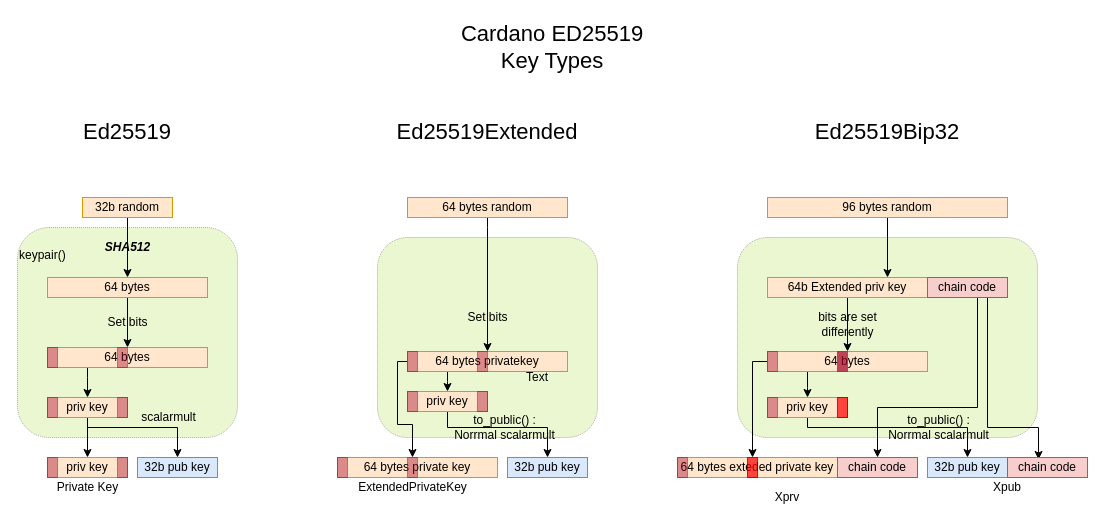
Above: diagrams/Ed25519 Types.drawio in ilap/ShelleyStuffs (draw.io), before the change. Source tidied: cells renumbered, new cells numbered last; positions are measured from the earlier drawing's top-left corner, leaving out a move shared by most shapes. Both pictures are drawn from the tidied source at 100%, with x=0, y=0 at pixel (17, 17).
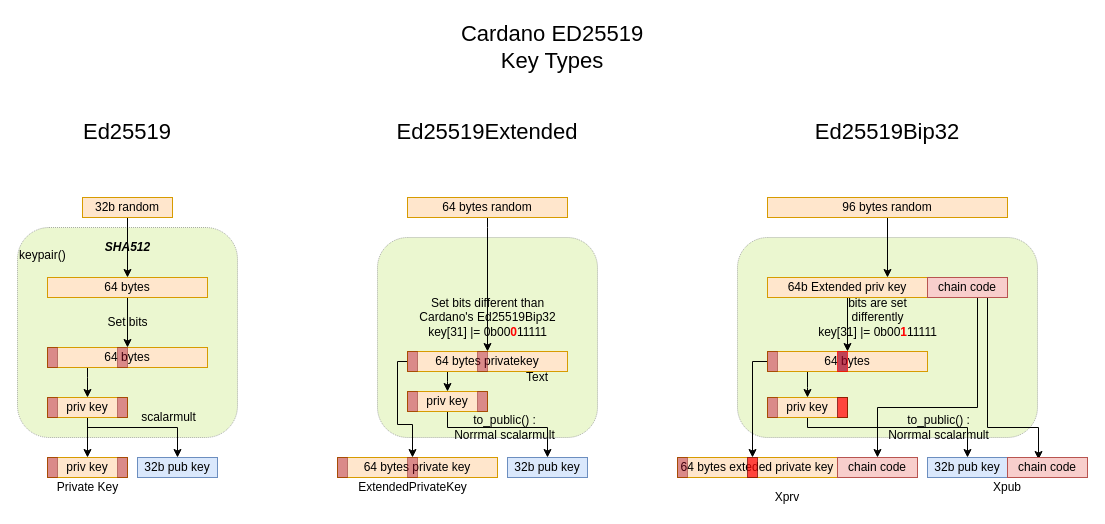
Above is the later version.

Unchanged cells that the change refers to:
```xml
<mxCell id="7" value="64 bytes privatekey" style="rounded=0;whiteSpace=wrap;html=1;fontSize=12;align=center;fillColor=#ffe6cc;strokeColor=#d79b00;fontStyle=0;" parent="1" vertex="1">
  <mxGeometry x="390" y="334" width="160" height="20" as="geometry" />
</mxCell>
<mxCell id="17" value="64 bytes random" style="rounded=0;whiteSpace=wrap;html=1;fontSize=12;align=center;fillColor=#ffe6cc;strokeColor=#d79b00;fontStyle=0;" parent="1" vertex="1">
  <mxGeometry x="390" y="180" width="160" height="20" as="geometry" />
</mxCell>
<mxCell id="45" value="64 bytes" style="rounded=0;whiteSpace=wrap;html=1;fontSize=12;align=center;fillColor=#ffe6cc;strokeColor=#d79b00;fontStyle=0;" parent="1" vertex="1">
  <mxGeometry x="750" y="334" width="160" height="20" as="geometry" />
</mxCell>
<mxCell id="56" value="64b Extended priv key" style="rounded=0;whiteSpace=wrap;html=1;fontSize=12;align=center;fillColor=#ffe6cc;strokeColor=#d79b00;" parent="1" vertex="1">
  <mxGeometry x="750" y="260" width="160" height="20" as="geometry" />
</mxCell>
```

Diff of the diagram source:
```diff
@@
-    <mxCell id="16" value="Set bits" style="edgeStyle=orthogonalEdgeStyle;rounded=0;jettySize=auto;html=1;entryX=0.5;entryY=0;entryDx=0;entryDy=0;fontSize=12;labelBackgroundColor=none;" parent="1" edge="1" source="17" target="7">
+    <mxCell id="16" value="Set bits different than &lt;br&gt;Cardano's Ed25519Bip32&lt;br&gt;key[31] |= 0b00&lt;b&gt;&lt;font color=&quot;#ff0000&quot;&gt;0&lt;/font&gt;&lt;/b&gt;11111" style="edgeStyle=orthogonalEdgeStyle;rounded=0;jettySize=auto;html=1;entryX=0.5;entryY=0;entryDx=0;entryDy=0;fontSize=12;labelBackgroundColor=none;" parent="1" edge="1" source="17" target="7">
       <mxGeometry x="0.49" relative="1" as="geometry">
         <Array as="points">
           <mxPoint x="470" y="210" />
           <mxPoint x="470" y="210" />
         </Array>
       </mxGeometry>
     </mxCell>
@@
-    <mxCell id="55" value="bits are set &lt;br&gt;differently&lt;br&gt;" style="edgeStyle=orthogonalEdgeStyle;rounded=0;jettySize=auto;html=1;entryX=0.5;entryY=0;entryDx=0;entryDy=0;labelBackgroundColor=none;fontSize=12;" parent="1" edge="1" source="56" target="45">
-      <mxGeometry relative="1" as="geometry" />
+    <mxCell id="55" value="bits are set &lt;br&gt;differently&lt;br&gt;key[31] |= 0b00&lt;b&gt;&lt;font color=&quot;#ff0000&quot;&gt;1&lt;/font&gt;&lt;/b&gt;11111" style="edgeStyle=orthogonalEdgeStyle;rounded=0;jettySize=auto;html=1;entryX=0.5;entryY=0;entryDx=0;entryDy=0;labelBackgroundColor=none;fontSize=12;" parent="1" edge="1" source="56" target="45">
+      <mxGeometry x="-0.26" y="30" relative="1" as="geometry" />
     </mxCell>
```
